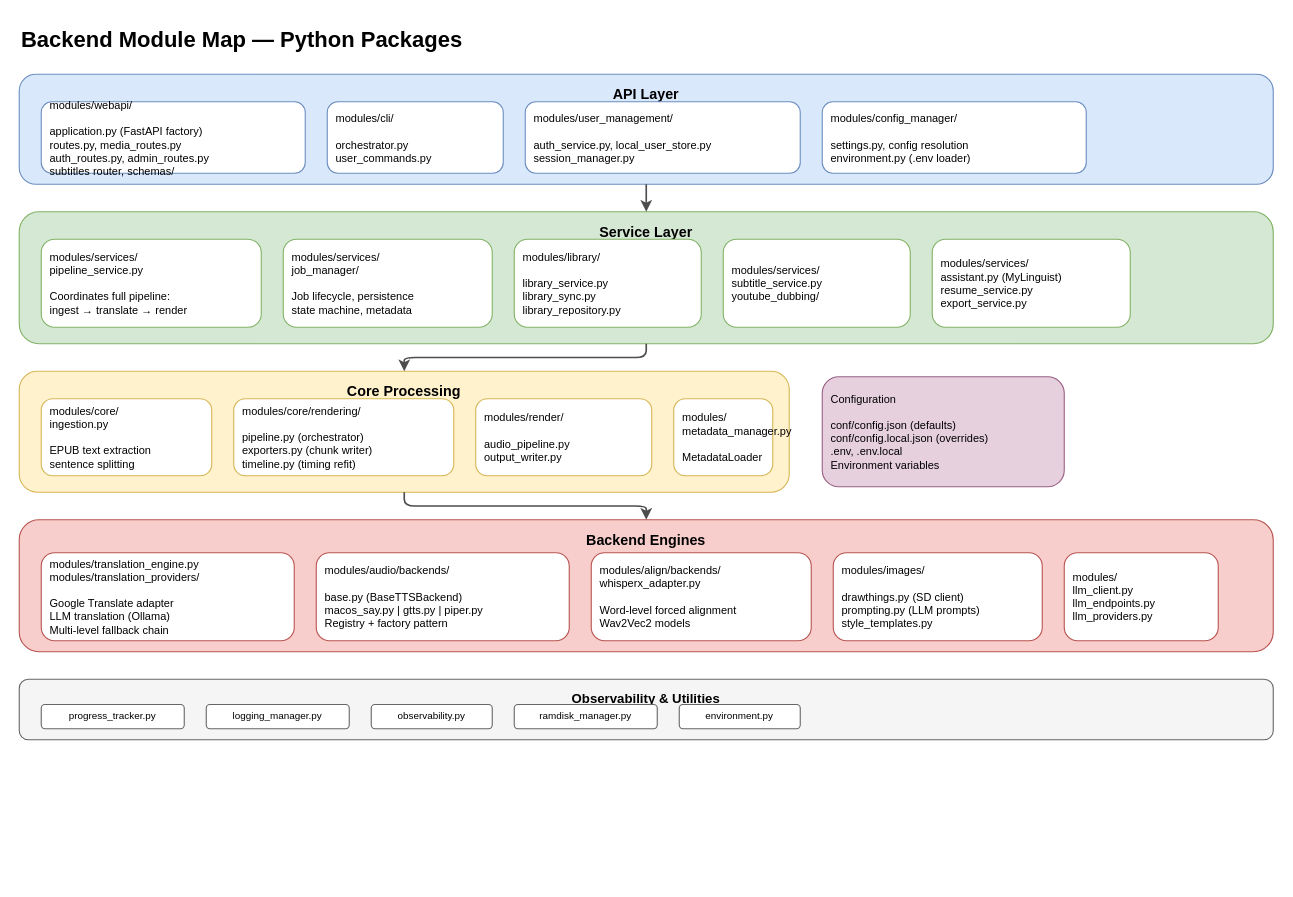
Before: docs/diagrams/backend-modules.drawio in fifosk/ebook-tools, a draw.io diagram. Source tidied: cells renumbered, new cells numbered last; positions are measured from the earlier drawing's top-left corner, leaving out a move shared by most shapes. Both pictures are drawn from the tidied source at 110%, with x=0, y=0 at pixel (19, 19).
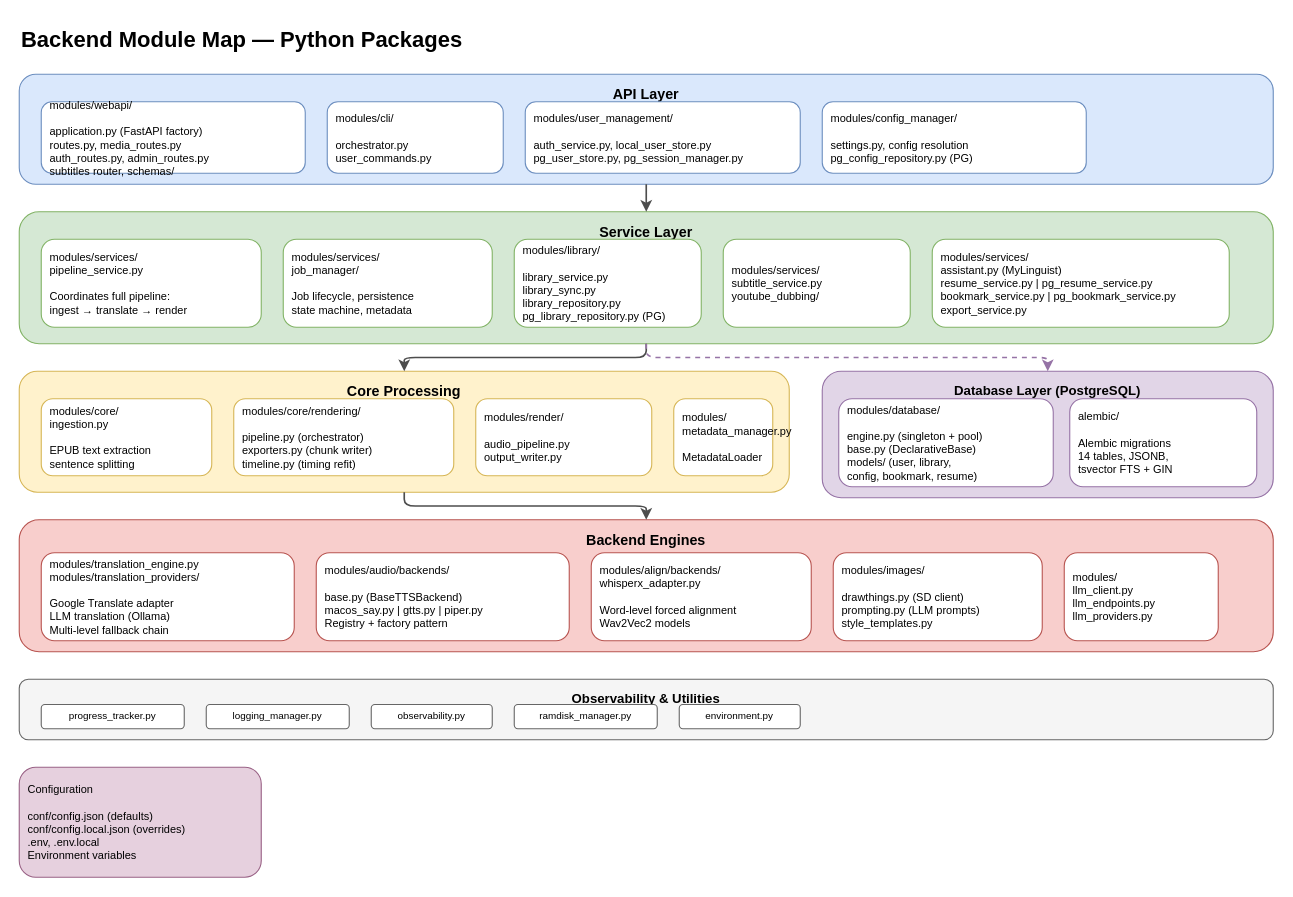
The same diagram, later.

Unchanged cells that the change refers to:
```xml
<mxCell id="8" value="Service Layer" style="rounded=1;whiteSpace=wrap;html=1;fillColor=#d5e8d4;strokeColor=#82b366;fontStyle=1;fontSize=13;verticalAlign=top;spacingTop=4;" parent="1" vertex="1">
  <mxGeometry y="175" width="1140" height="120" as="geometry" />
</mxCell>
```

Diff of the diagram source:
```diff
@@
-    <mxCell id="6" value="modules/user_management/&#10;&#10;auth_service.py, local_user_store.py&#10;session_manager.py" style="rounded=1;whiteSpace=wrap;html=1;fillColor=#fff;strokeColor=#6c8ebf;fontSize=10;align=left;spacingLeft=6;" parent="1" vertex="1">
+    <mxCell id="6" value="modules/user_management/&#10;&#10;auth_service.py, local_user_store.py&#10;pg_user_store.py, pg_session_manager.py" style="rounded=1;whiteSpace=wrap;html=1;fillColor=#fff;strokeColor=#6c8ebf;fontSize=10;align=left;spacingLeft=6;" parent="1" vertex="1">
       <mxGeometry x="460" y="75" width="250" height="65" as="geometry" />
     </mxCell>
-    <mxCell id="7" value="modules/config_manager/&#10;&#10;settings.py, config resolution&#10;environment.py (.env loader)" style="rounded=1;whiteSpace=wrap;html=1;fillColor=#fff;strokeColor=#6c8ebf;fontSize=10;align=left;spacingLeft=6;" parent="1" vertex="1">
+    <mxCell id="7" value="modules/config_manager/&#10;&#10;settings.py, config resolution&#10;pg_config_repository.py (PG)" style="rounded=1;whiteSpace=wrap;html=1;fillColor=#fff;strokeColor=#6c8ebf;fontSize=10;align=left;spacingLeft=6;" parent="1" vertex="1">
       <mxGeometry x="730" y="75" width="240" height="65" as="geometry" />
     </mxCell>
@@
-    <mxCell id="11" value="modules/library/&#10;&#10;library_service.py&#10;library_sync.py&#10;library_repository.py" style="rounded=1;whiteSpace=wrap;html=1;fillColor=#fff;strokeColor=#82b366;fontSize=10;align=left;spacingLeft=6;" parent="1" vertex="1">
+    <mxCell id="11" value="modules/library/&#10;&#10;library_service.py&#10;library_sync.py&#10;library_repository.py&#10;pg_library_repository.py (PG)" style="rounded=1;whiteSpace=wrap;html=1;fillColor=#fff;strokeColor=#82b366;fontSize=10;align=left;spacingLeft=6;" parent="1" vertex="1">
       <mxGeometry x="450" y="200" width="170" height="80" as="geometry" />
     </mxCell>
@@
-    <mxCell id="13" value="modules/services/&#10;assistant.py (MyLinguist)&#10;resume_service.py&#10;export_service.py" style="rounded=1;whiteSpace=wrap;html=1;fillColor=#fff;strokeColor=#82b366;fontSize=10;align=left;spacingLeft=6;" parent="1" vertex="1">
-      <mxGeometry x="830" y="200" width="180" height="80" as="geometry" />
+    <mxCell id="13" value="modules/services/&#10;assistant.py (MyLinguist)&#10;resume_service.py | pg_resume_service.py&#10;bookmark_service.py | pg_bookmark_service.py&#10;export_service.py" style="rounded=1;whiteSpace=wrap;html=1;fillColor=#fff;strokeColor=#82b366;fontSize=10;align=left;spacingLeft=6;" parent="1" vertex="1">
+      <mxGeometry x="830" y="200" width="270" height="80" as="geometry" />
     </mxCell>
@@
+    <mxCell id="35" value="Database Layer (PostgreSQL)" style="rounded=1;whiteSpace=wrap;html=1;fillColor=#e1d5e7;strokeColor=#9673a6;fontStyle=1;fontSize=12;verticalAlign=top;spacingTop=4;" parent="1" vertex="1">
+      <mxGeometry x="730" y="320" width="410" height="115" as="geometry" />
+    </mxCell>
+    <mxCell id="36" value="modules/database/&#10;&#10;engine.py (singleton + pool)&#10;base.py (DeclarativeBase)&#10;models/ (user, library,&#10;  config, bookmark, resume)" style="rounded=1;whiteSpace=wrap;html=1;fillColor=#fff;strokeColor=#9673a6;fontSize=10;align=left;spacingLeft=6;" parent="1" vertex="1">
+      <mxGeometry x="745" y="345" width="195" height="80" as="geometry" />
+    </mxCell>
+    <mxCell id="37" value="alembic/&#10;&#10;Alembic migrations&#10;14 tables, JSONB,&#10;tsvector FTS + GIN" style="rounded=1;whiteSpace=wrap;html=1;fillColor=#fff;strokeColor=#9673a6;fontSize=10;align=left;spacingLeft=6;" parent="1" vertex="1">
+      <mxGeometry x="955" y="345" width="170" height="80" as="geometry" />
+    </mxCell>
+    <mxCell id="38" style="edgeStyle=orthogonalEdgeStyle;rounded=1;strokeColor=#9673a6;strokeWidth=1.5;dashed=1;" parent="1" edge="1" source="8" target="35">
+      <mxGeometry relative="1" as="geometry" />
+    </mxCell>
     <mxCell id="34" value="Configuration&#10;&#10;conf/config.json (defaults)&#10;conf/config.local.json (overrides)&#10;.env, .env.local&#10;Environment variables" style="rounded=1;whiteSpace=wrap;html=1;fillColor=#e6d0de;strokeColor=#996185;fontSize=10;align=left;spacingLeft=6;" parent="1" vertex="1">
-      <mxGeometry x="730" y="325" width="220" height="100" as="geometry" />
+      <mxGeometry y="680" width="220" height="100" as="geometry" />
     </mxCell>
```
